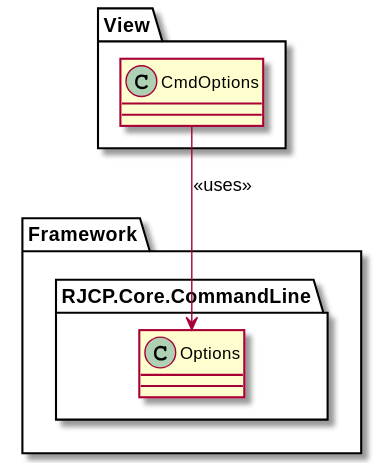
Earlier version of the PlantUML export apps/DltDump/docs/out/diagrams/viewcmdline/View.CommandLine.svg (jcurl/RJCP.DLL.Log).
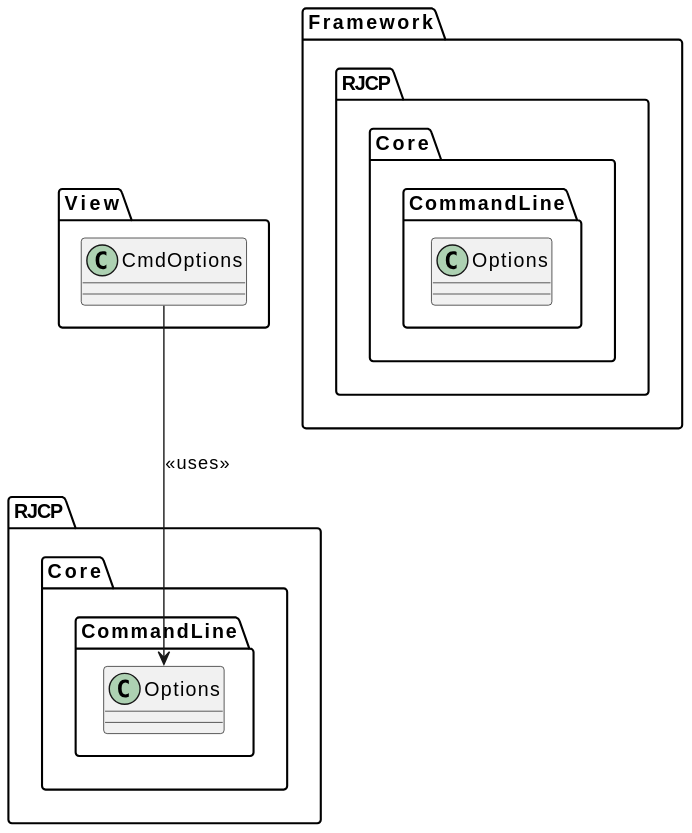
Above is the later version.

Diff of the diagram source:
```diff
@@ -1,5 +1,4 @@
-@startuml View.CommandLine
-
+@startuml
 namespace View {
     class CmdOptions
 }
@@ -11,5 +10,4 @@
 }
 
 View.CmdOptions -d-> RJCP.Core.CommandLine.Options : <<uses>>
-
 @enduml
```
